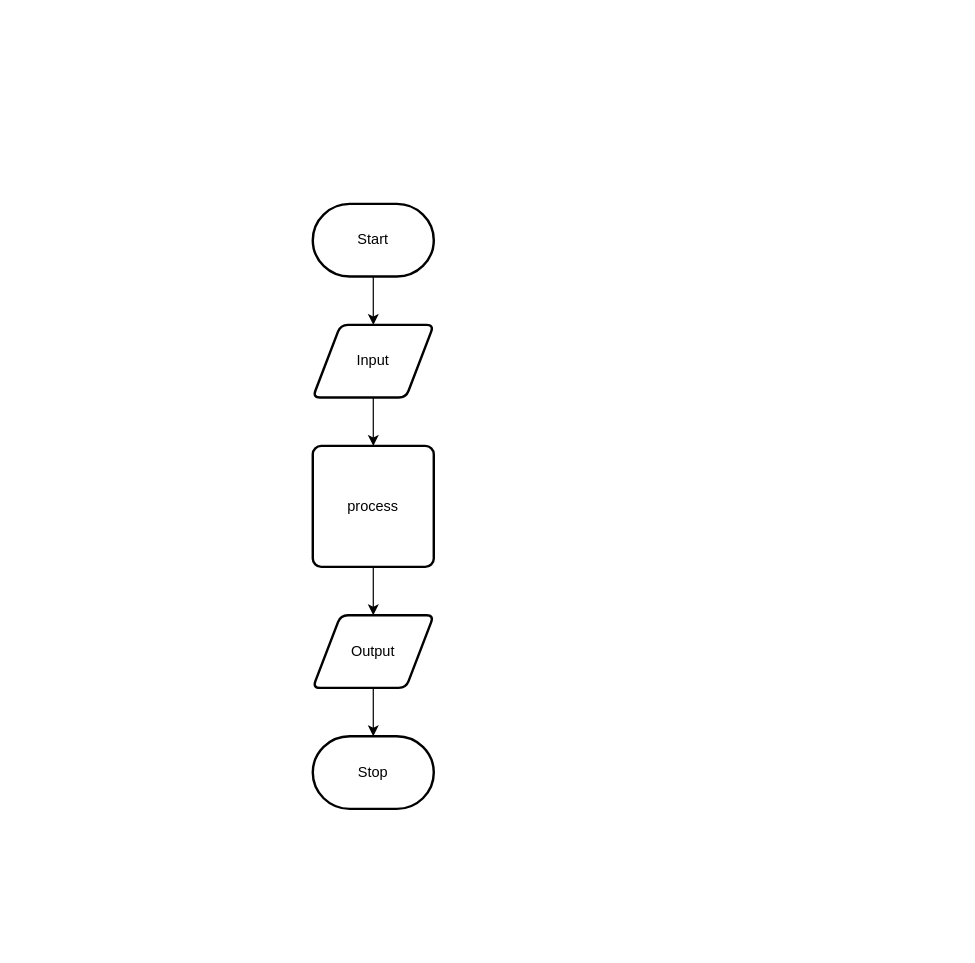
This is design/flow-chart.drawio from Emmanuel-Fofeyin/ICS2O-Unit6-04-HTML, a draw.io file, before an edit. Source tidied: cells renumbered, new cells numbered last; positions are measured from the earlier drawing's top-left corner, leaving out a move shared by most shapes. Both pictures are drawn from the tidied source at 121%, with x=0, y=0 at pixel (312, 203).
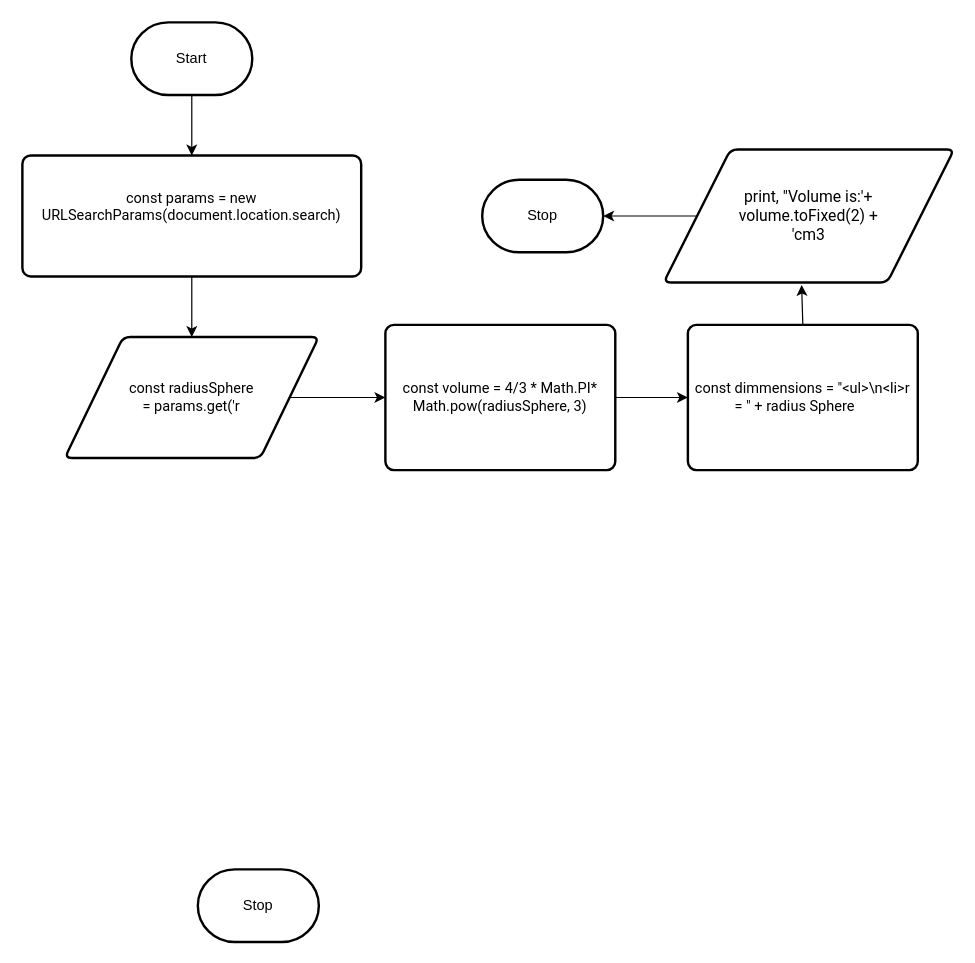
The same page after the edit.

The edit, as a diff of the source:
```diff
@@
 <mxGraphModel>
   <root>
     <mxCell id="0" />
     <mxCell id="1" parent="0" />
-    <mxCell id="2" style="edgeStyle=none;html=1;" parent="1" edge="1" source="3" target="5">
+    <mxCell id="2" style="edgeStyle=none;html=1;entryX=0.5;entryY=0;entryDx=0;entryDy=0;" parent="1" edge="1" source="3" target="7">
       <mxGeometry relative="1" as="geometry" />
     </mxCell>
     <mxCell id="3" value="Start" style="strokeWidth=2;html=1;shape=mxgraph.flowchart.terminator;whiteSpace=wrap;" parent="1" vertex="1">
-      <mxGeometry width="100" height="60" as="geometry" />
+      <mxGeometry x="-150" y="-150" width="100" height="60" as="geometry" />
     </mxCell>
-    <mxCell id="4" style="edgeStyle=none;html=1;" parent="1" edge="1" source="5" target="7">
-      <mxGeometry relative="1" as="geometry" />
-    </mxCell>
-    <mxCell id="5" value="Input" style="shape=parallelogram;html=1;strokeWidth=2;perimeter=parallelogramPerimeter;whiteSpace=wrap;rounded=1;arcSize=12;size=0.23;" parent="1" vertex="1">
-      <mxGeometry y="100" width="100" height="60" as="geometry" />
-    </mxCell>
     <mxCell id="6" style="edgeStyle=none;html=1;" parent="1" edge="1" source="7" target="9">
       <mxGeometry relative="1" as="geometry" />
     </mxCell>
-    <mxCell id="7" value="process" style="rounded=1;whiteSpace=wrap;html=1;absoluteArcSize=1;arcSize=14;strokeWidth=2;" parent="1" vertex="1">
-      <mxGeometry y="200" width="100" height="100" as="geometry" />
+    <mxCell id="7" value="&lt;span style=&quot;font-family: &amp;#34;roboto&amp;#34; , sans-serif ; text-align: left&quot;&gt;const params = new URLSearchParams(document.location.search)&lt;br&gt;&lt;br&gt;&lt;/span&gt;" style="rounded=1;whiteSpace=wrap;html=1;absoluteArcSize=1;arcSize=14;strokeWidth=2;" parent="1" vertex="1">
+      <mxGeometry x="-240" y="-40" width="280" height="100" as="geometry" />
     </mxCell>
-    <mxCell id="8" style="edgeStyle=none;html=1;" parent="1" edge="1" source="9" target="10">
+    <mxCell id="8" style="edgeStyle=none;html=1;entryX=0;entryY=0.5;entryDx=0;entryDy=0;" parent="1" edge="1" source="9" target="11">
       <mxGeometry relative="1" as="geometry" />
     </mxCell>
-    <mxCell id="9" value="Output" style="shape=parallelogram;html=1;strokeWidth=2;perimeter=parallelogramPerimeter;whiteSpace=wrap;rounded=1;arcSize=12;size=0.23;" parent="1" vertex="1">
-      <mxGeometry y="340" width="100" height="60" as="geometry" />
+    <mxCell id="9" value="&lt;span style=&quot;font-family: &amp;#34;roboto&amp;#34; , sans-serif ; text-align: left&quot;&gt;&lt;font style=&quot;font-size: 12px&quot;&gt;const radiusSphere&lt;br/&gt;= params.get('r&lt;/font&gt;&lt;/span&gt;" style="shape=parallelogram;html=1;strokeWidth=2;perimeter=parallelogramPerimeter;whiteSpace=wrap;rounded=1;arcSize=12;size=0.23;" parent="1" vertex="1">
+      <mxGeometry x="-205" y="110" width="210" height="100" as="geometry" />
     </mxCell>
     <mxCell id="10" value="Stop" style="strokeWidth=2;html=1;shape=mxgraph.flowchart.terminator;whiteSpace=wrap;" parent="1" vertex="1">
-      <mxGeometry y="440" width="100" height="60" as="geometry" />
+      <mxGeometry x="-95" y="550" width="100" height="60" as="geometry" />
     </mxCell>
+    <mxCell id="11" value="&lt;span style=&quot;font-family: &amp;#34;roboto&amp;#34; , sans-serif ; text-align: left&quot;&gt;&lt;font style=&quot;font-size: 12px&quot;&gt;const volume = 4/3 * Math.PI* Math.pow(radiusSphere, 3)&lt;/font&gt;&lt;/span&gt;" style="rounded=1;whiteSpace=wrap;html=1;absoluteArcSize=1;arcSize=14;strokeWidth=2;labelBackgroundColor=none;fontSize=12;" parent="1" vertex="1">
+      <mxGeometry x="60" y="100" width="190" height="120" as="geometry" />
+    </mxCell>
+    <mxCell id="12" value="&lt;div style=&quot;text-align: left&quot;&gt;&lt;span&gt;&lt;font face=&quot;roboto, sans-serif&quot;&gt;const dimmensions = &quot;&amp;lt;ul&amp;gt;\n&amp;lt;li&amp;gt;r&lt;/font&gt;&lt;/span&gt;&lt;/div&gt;&lt;div style=&quot;text-align: left&quot;&gt;&lt;span&gt;&lt;font face=&quot;roboto, sans-serif&quot;&gt;&amp;nbsp; &amp;nbsp; &amp;nbsp; &amp;nbsp; &amp;nbsp; &amp;nbsp;= &quot; + radius Sphere&lt;/font&gt;&lt;/span&gt;&lt;/div&gt;" style="rounded=1;whiteSpace=wrap;html=1;absoluteArcSize=1;arcSize=14;strokeWidth=2;labelBackgroundColor=none;fontSize=12;" parent="1" vertex="1">
+      <mxGeometry x="310" y="100" width="190" height="120" as="geometry" />
+    </mxCell>
+    <mxCell id="13" style="edgeStyle=none;html=1;entryX=0;entryY=0.5;entryDx=0;entryDy=0;exitX=1;exitY=0.5;exitDx=0;exitDy=0;" parent="1" edge="1" source="11" target="12">
+      <mxGeometry relative="1" as="geometry" />
+    </mxCell>
+    <mxCell id="14" value="&lt;span style=&quot;font-family: &amp;#34;roboto&amp;#34; , sans-serif ; text-align: left ; font-size: 13px&quot;&gt;&lt;font style=&quot;font-size: 13px&quot;&gt;print, &quot;Volume is:'+ &lt;br&gt;volume.toFixed(2) +&lt;br&gt;'cm3&lt;/font&gt;&lt;/span&gt;" style="shape=parallelogram;html=1;strokeWidth=2;perimeter=parallelogramPerimeter;whiteSpace=wrap;rounded=1;arcSize=12;size=0.23;labelBackgroundColor=none;fontSize=12;" parent="1" vertex="1">
+      <mxGeometry x="290" y="-45" width="240" height="110" as="geometry" />
+    </mxCell>
+    <mxCell id="15" style="edgeStyle=none;html=1;exitX=0.5;exitY=0;exitDx=0;exitDy=0;entryX=0.475;entryY=1.018;entryDx=0;entryDy=0;entryPerimeter=0;" parent="1" edge="1" source="12" target="14">
+      <mxGeometry relative="1" as="geometry" />
+    </mxCell>
+    <mxCell id="16" value="Stop" style="strokeWidth=2;html=1;shape=mxgraph.flowchart.terminator;whiteSpace=wrap;" parent="1" vertex="1">
+      <mxGeometry x="140" y="-20" width="100" height="60" as="geometry" />
+    </mxCell>
+    <mxCell id="17" style="edgeStyle=none;html=1;entryX=1;entryY=0.5;entryDx=0;entryDy=0;exitX=0;exitY=0.5;exitDx=0;exitDy=0;entryPerimeter=0;" parent="1" edge="1" source="14" target="16">
+      <mxGeometry relative="1" as="geometry" />
+    </mxCell>
   </root>
 </mxGraphModel>
```
